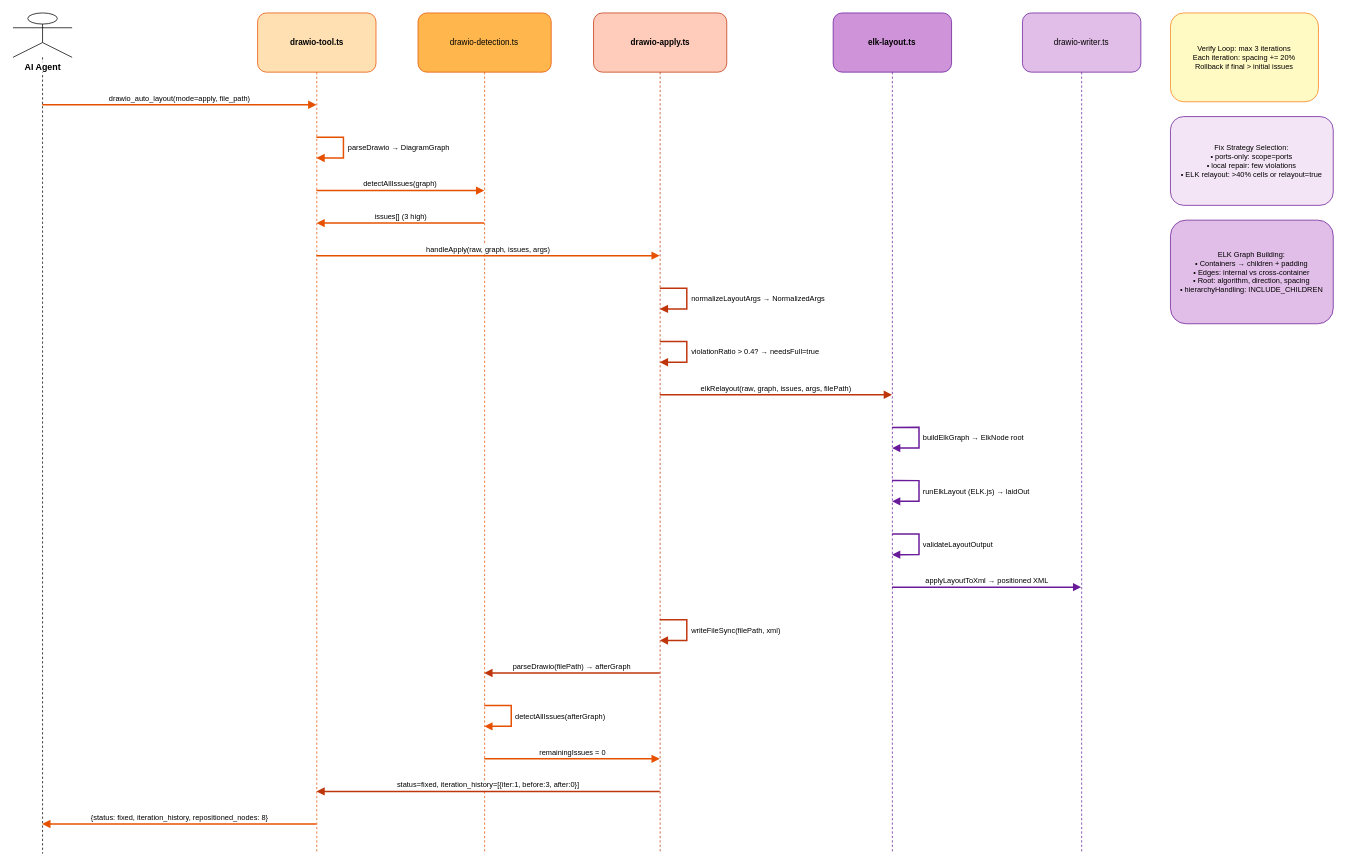
Above: documents/SA4E-406/diagrams/sequence-verify-loop.drawio in dnguyenminh/SDLC-Agents-4-Enteprise (draw.io), before the change. Source tidied: cells renumbered, new cells numbered last; positions are measured from the earlier drawing's top-left corner, leaving out a move shared by most shapes. Both pictures are drawn from the tidied source at 74%, with x=0, y=0 at pixel (13, 13).
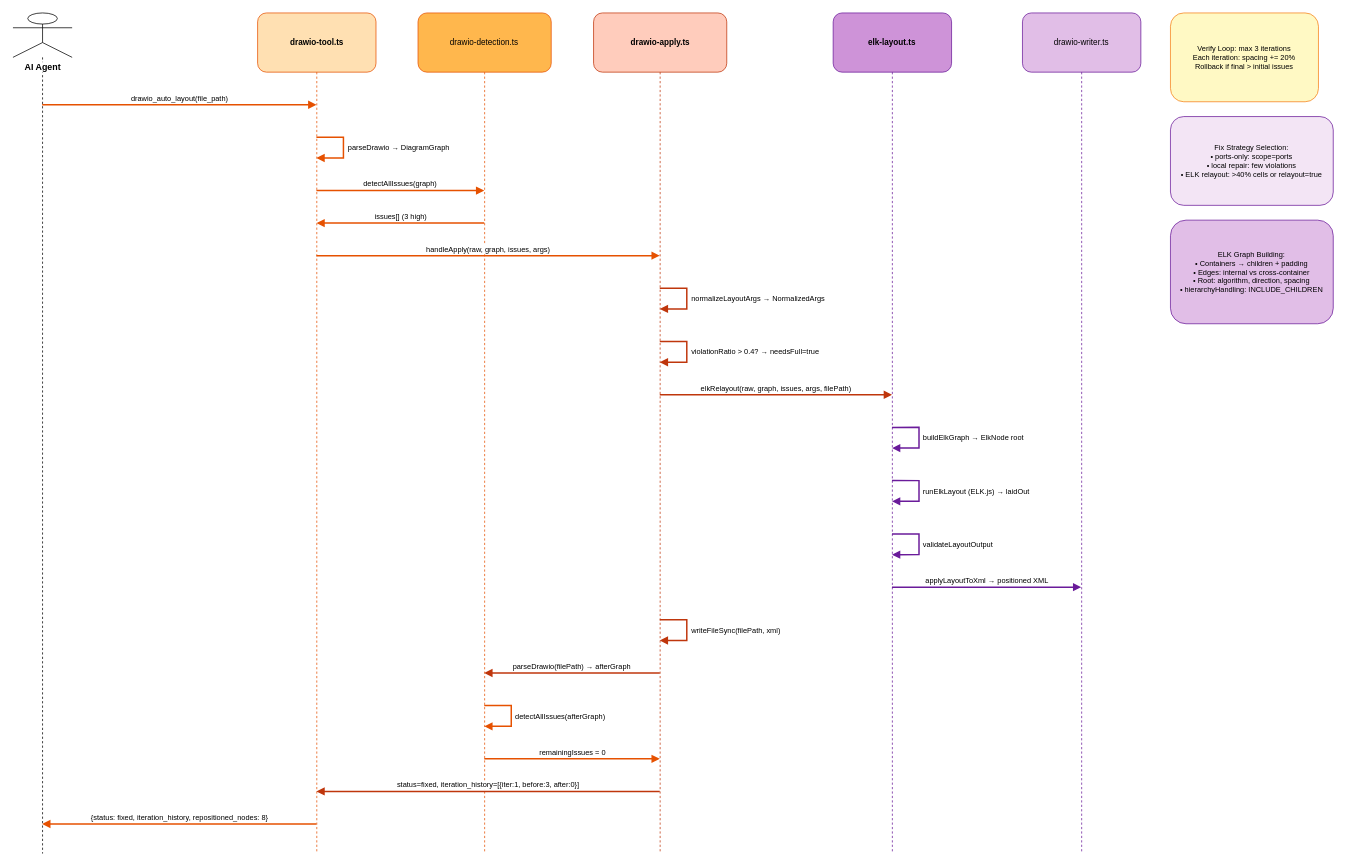
After the change.

The change refers to these unchanged cells:
```xml
<mxCell id="2" value="AI Agent" style="shape=umlLifeline;perimeter=lifelinePerimeter;participant=umlActor;size=60;html=1;fontSize=12;fontStyle=1;verticalAlign=top;spacingTop=60;labelBackgroundColor=#ffffff;" parent="1" vertex="1">
  <mxGeometry width="80" height="1136" as="geometry" />
</mxCell>
<mxCell id="3" value="drawio-tool.ts" style="shape=umlLifeline;perimeter=lifelinePerimeter;size=80;rounded=1;whiteSpace=wrap;html=1;fillColor=#ffe0b2;strokeColor=#e65100;fontSize=11;fontStyle=1;" parent="1" vertex="1">
  <mxGeometry x="330.6" width="160" height="1136" as="geometry" />
</mxCell>
```

What changed in the source:
```diff
@@
-    <mxCell id="8" value="drawio_auto_layout(mode=apply, file_path)" style="html=1;fontSize=10;strokeColor=#e65100;strokeWidth=2;endArrow=block;exitX=0.5;exitY=0.1092;exitDx=0;exitDy=0;entryX=0.5;entryY=0.1092;entryDx=0;entryDy=0;verticalAlign=bottom;" parent="1" edge="1" source="2" target="3">
+    <mxCell id="8" value="drawio_auto_layout(file_path)" style="html=1;fontSize=10;strokeColor=#e65100;strokeWidth=2;endArrow=block;exitX=0.5;exitY=0.1092;exitDx=0;exitDy=0;entryX=0.5;entryY=0.1092;entryDx=0;entryDy=0;verticalAlign=bottom;" parent="1" edge="1" source="2" target="3">
       <mxGeometry relative="1" as="geometry" />
     </mxCell>
```
